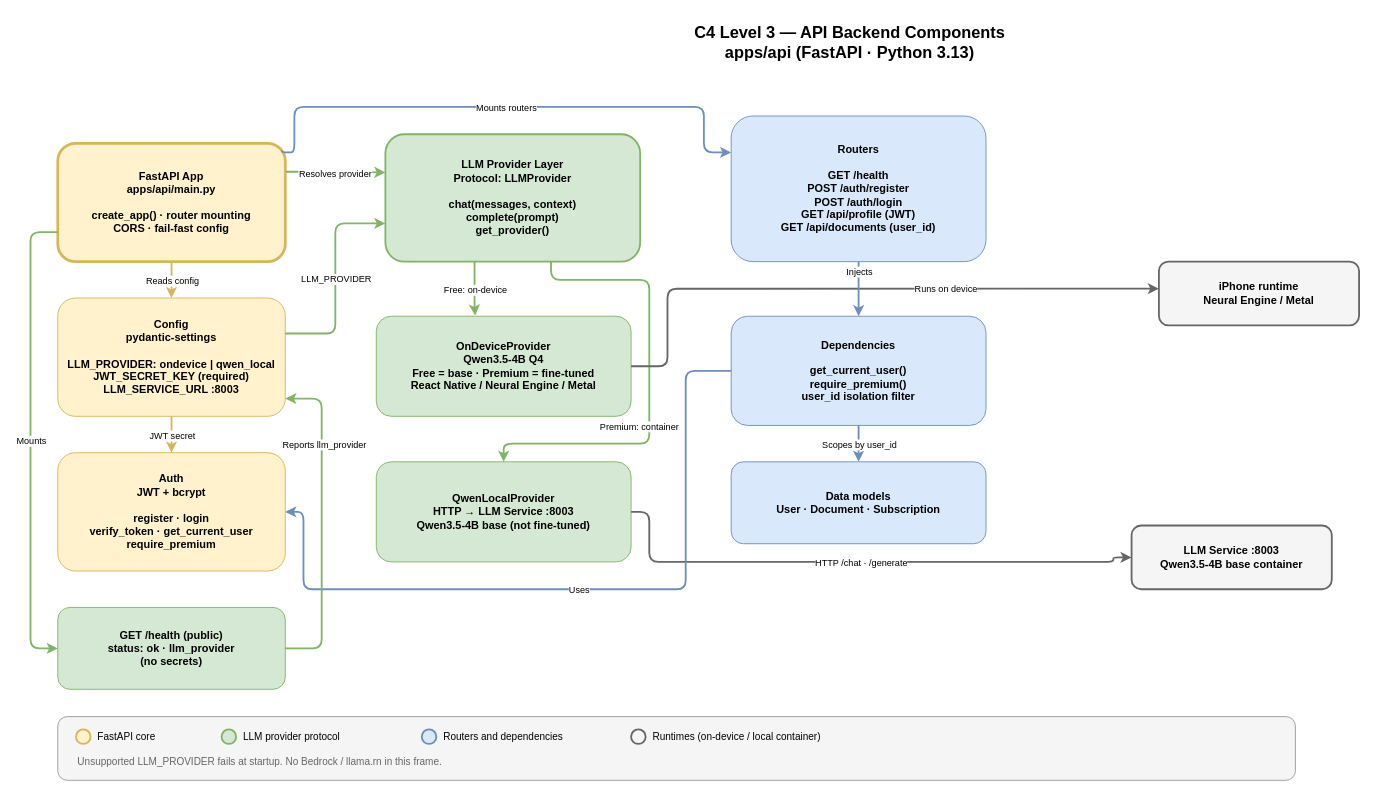
Before: openspec/changes/objective-1-0-architecture-repo/output/diagrams/c4-component-api.drawio in da-ros/llm-brain, a draw.io diagram. Source tidied: cells renumbered, new cells numbered last; positions are measured from the earlier drawing's top-left corner, leaving out a move shared by most shapes. Both pictures are drawn from the tidied source at 91%, with x=0, y=0 at pixel (30, 15).
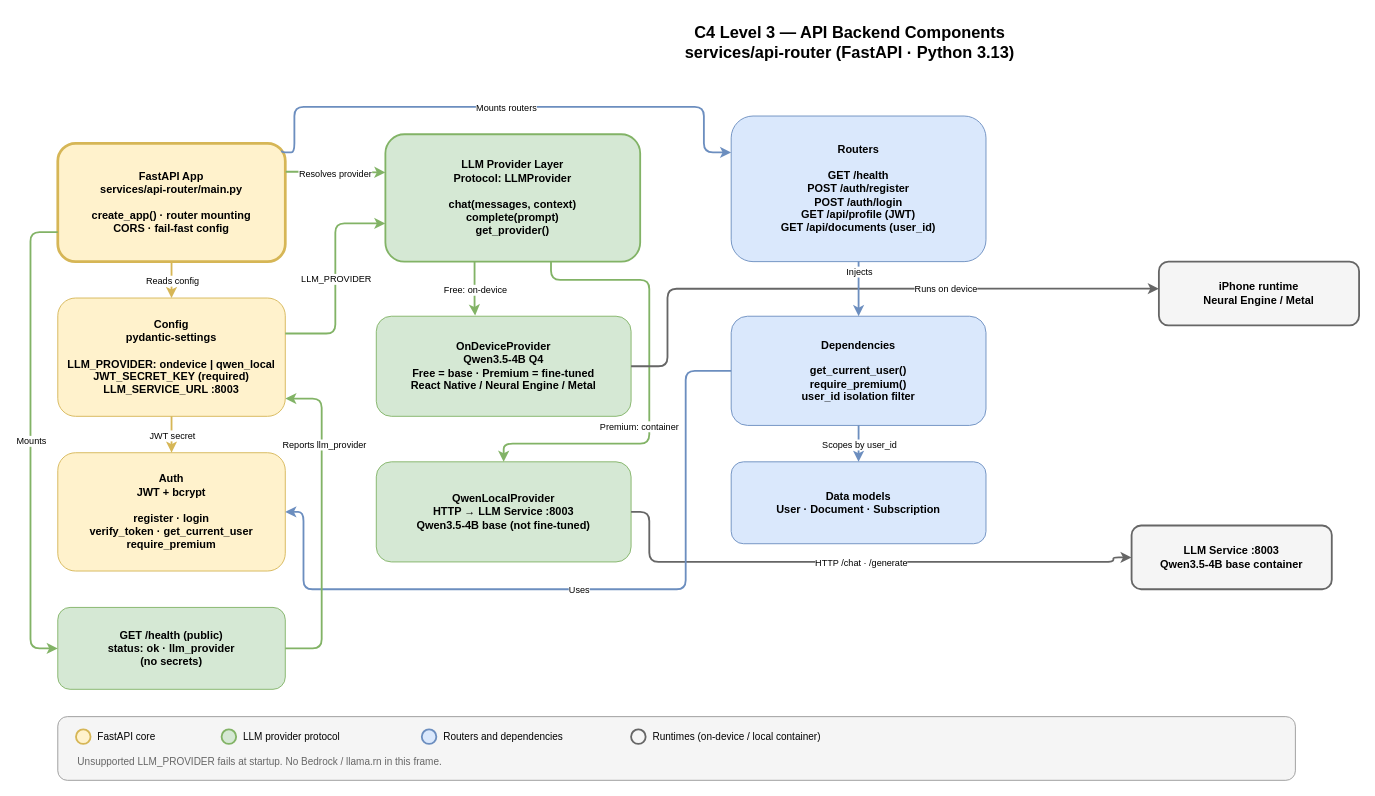
After the change.

Commit message (it also covers changes not shown here):
fix(openspec): update objective-1-0 to reflect microservices architecture

The edit, as a diff of the source:
```diff
@@
-    <mxCell id="2" value="C4 Level 3 — API Backend Components&#10;apps/api (FastAPI · Python 3.13)" style="text;html=1;align=center;verticalAlign=middle;strokeColor=none;fillColor=none;fontSize=18;fontStyle=1;" parent="1" vertex="1">
+    <mxCell id="2" value="C4 Level 3 — API Backend Components&#10;services/api-router (FastAPI · Python 3.13)" style="text;html=1;align=center;verticalAlign=middle;strokeColor=none;fillColor=none;fontSize=18;fontStyle=1;" parent="1" vertex="1">
       <mxGeometry x="600" width="600" height="60" as="geometry" />
     </mxCell>
-    <mxCell id="3" value="FastAPI App&#10;apps/api/main.py&#10;&#10;create_app() · router mounting&#10;CORS · fail-fast config" style="rounded=1;whiteSpace=wrap;html=1;fillColor=#fff2cc;strokeColor=#d6b656;fontSize=12;fontStyle=1;strokeWidth=3;" parent="1" vertex="1">
+    <mxCell id="3" value="FastAPI App&#10;services/api-router/main.py&#10;&#10;create_app() · router mounting&#10;CORS · fail-fast config" style="rounded=1;whiteSpace=wrap;html=1;fillColor=#fff2cc;strokeColor=#d6b656;fontSize=12;fontStyle=1;strokeWidth=3;" parent="1" vertex="1">
       <mxGeometry x="30" y="140" width="250" height="130" as="geometry" />
     </mxCell>
```
